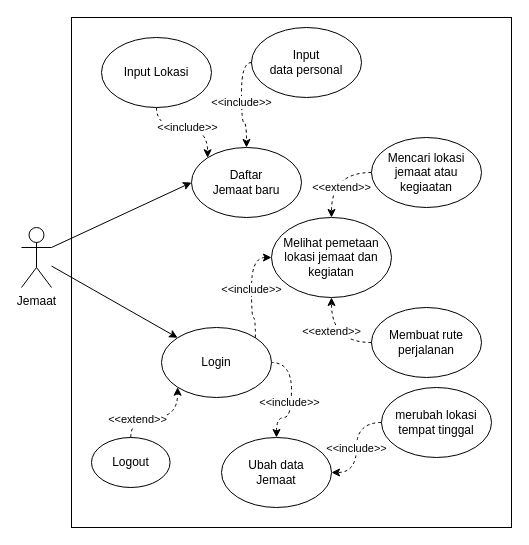
The draw.io diagram page "Page-1" (1 of 3) of UseCaseDiagram.drawio in Raymond-15/requirements, before the edit. Source tidied: cells renumbered, new cells numbered last; positions are measured from the earlier drawing's top-left corner, leaving out a move shared by most shapes. Both pictures are drawn from the tidied source at 100%, with x=0, y=0 at pixel (21, 17).
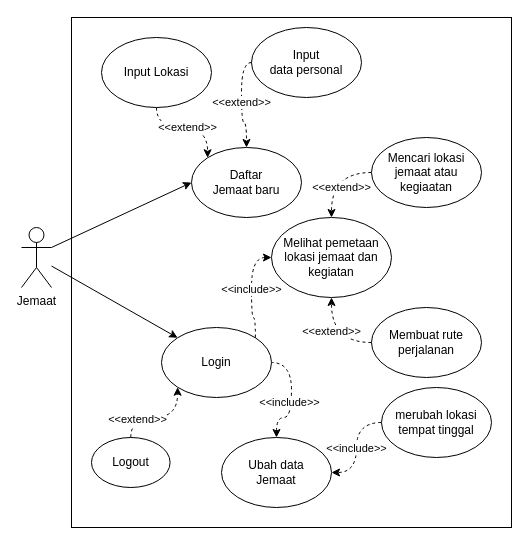
The same page after the edit.

Unchanged cells that the change refers to:
```xml
<mxCell id="6" value="Daftar &lt;br&gt;Jemaat baru" style="ellipse;whiteSpace=wrap;html=1;" parent="1" vertex="1">
  <mxGeometry x="170" y="130" width="110" height="70" as="geometry" />
</mxCell>
<mxCell id="13" value="Input Lokasi" style="ellipse;whiteSpace=wrap;html=1;" parent="1" vertex="1">
  <mxGeometry x="80" y="20" width="110" height="70" as="geometry" />
</mxCell>
<mxCell id="14" value="Input &lt;br&gt;data personal" style="ellipse;whiteSpace=wrap;html=1;" parent="1" vertex="1">
  <mxGeometry x="230" y="10" width="110" height="70" as="geometry" />
</mxCell>
```

What changed in the source:
```diff
@@
-    <mxCell id="12" value="&amp;lt;&amp;lt;include&amp;gt;&amp;gt;" style="endArrow=classic;html=1;rounded=0;exitX=0.5;exitY=1;exitDx=0;exitDy=0;entryX=0;entryY=0;entryDx=0;entryDy=0;jumpStyle=arc;jumpSize=27;endFill=1;edgeStyle=orthogonalEdgeStyle;curved=1;dashed=1;" parent="1" edge="1" source="13" target="6">
+    <mxCell id="12" value="&amp;lt;&amp;lt;extend&amp;gt;&amp;gt;" style="endArrow=classic;html=1;rounded=0;exitX=0.5;exitY=1;exitDx=0;exitDy=0;entryX=0;entryY=0;entryDx=0;entryDy=0;jumpStyle=arc;jumpSize=27;endFill=1;edgeStyle=orthogonalEdgeStyle;curved=1;dashed=1;" parent="1" edge="1" source="13" target="6">
       <mxGeometry relative="1" as="geometry" />
     </mxCell>
@@
-    <mxCell id="15" value="&amp;lt;&amp;lt;include&amp;gt;&amp;gt;" style="endArrow=classic;html=1;rounded=0;exitX=0;exitY=0.5;exitDx=0;exitDy=0;entryX=0.5;entryY=0;entryDx=0;entryDy=0;jumpStyle=arc;jumpSize=27;endFill=1;edgeStyle=orthogonalEdgeStyle;curved=1;dashed=1;" parent="1" edge="1" source="14" target="6">
+    <mxCell id="15" value="&amp;lt;&amp;lt;extend&amp;gt;&amp;gt;" style="endArrow=classic;html=1;rounded=0;exitX=0;exitY=0.5;exitDx=0;exitDy=0;entryX=0.5;entryY=0;entryDx=0;entryDy=0;jumpStyle=arc;jumpSize=27;endFill=1;edgeStyle=orthogonalEdgeStyle;curved=1;dashed=1;" parent="1" edge="1" source="14" target="6">
       <mxGeometry relative="1" as="geometry" />
     </mxCell>
```
